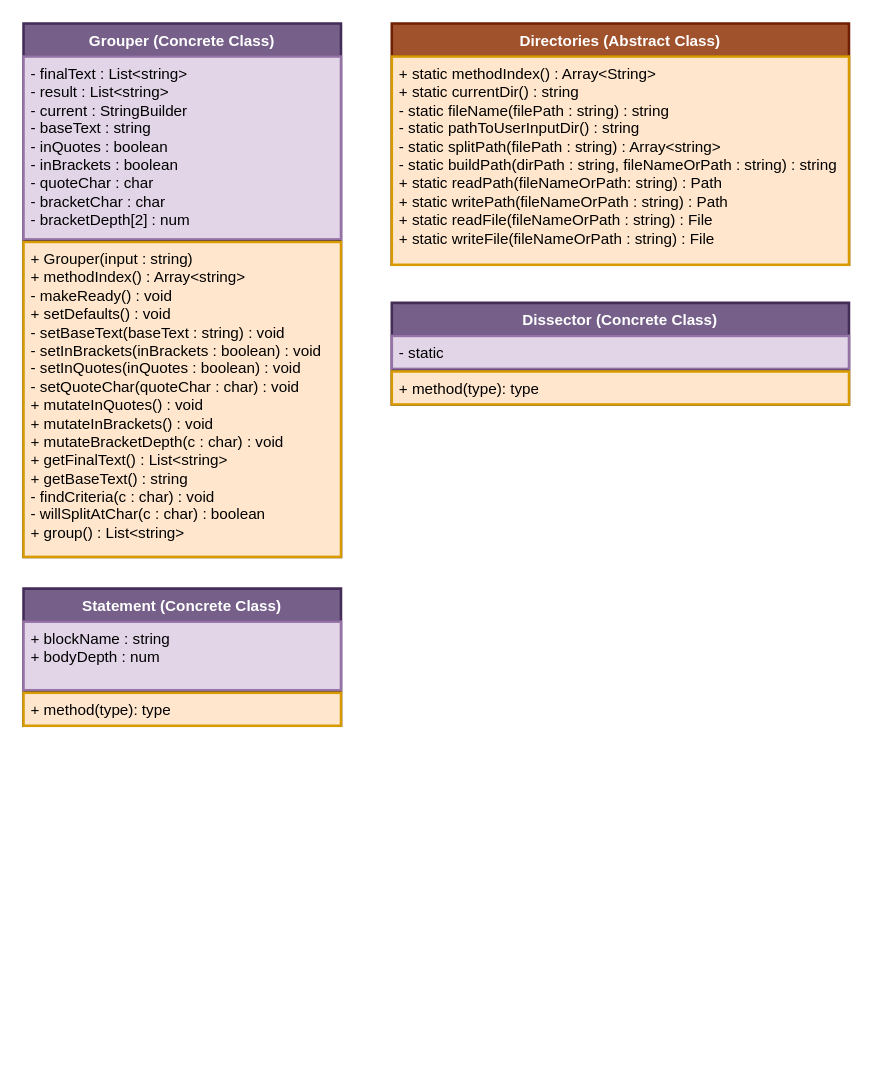
This is dev/ClassDiagrams.drawio from BroerSakki/PseudoCompiler, a draw.io file, before an edit. Source tidied: cells renumbered, new cells numbered last; positions are measured from the earlier drawing's top-left corner, leaving out a move shared by most shapes. Both pictures are drawn from the tidied source at 127%, with x=0, y=0 at pixel (23, 23).
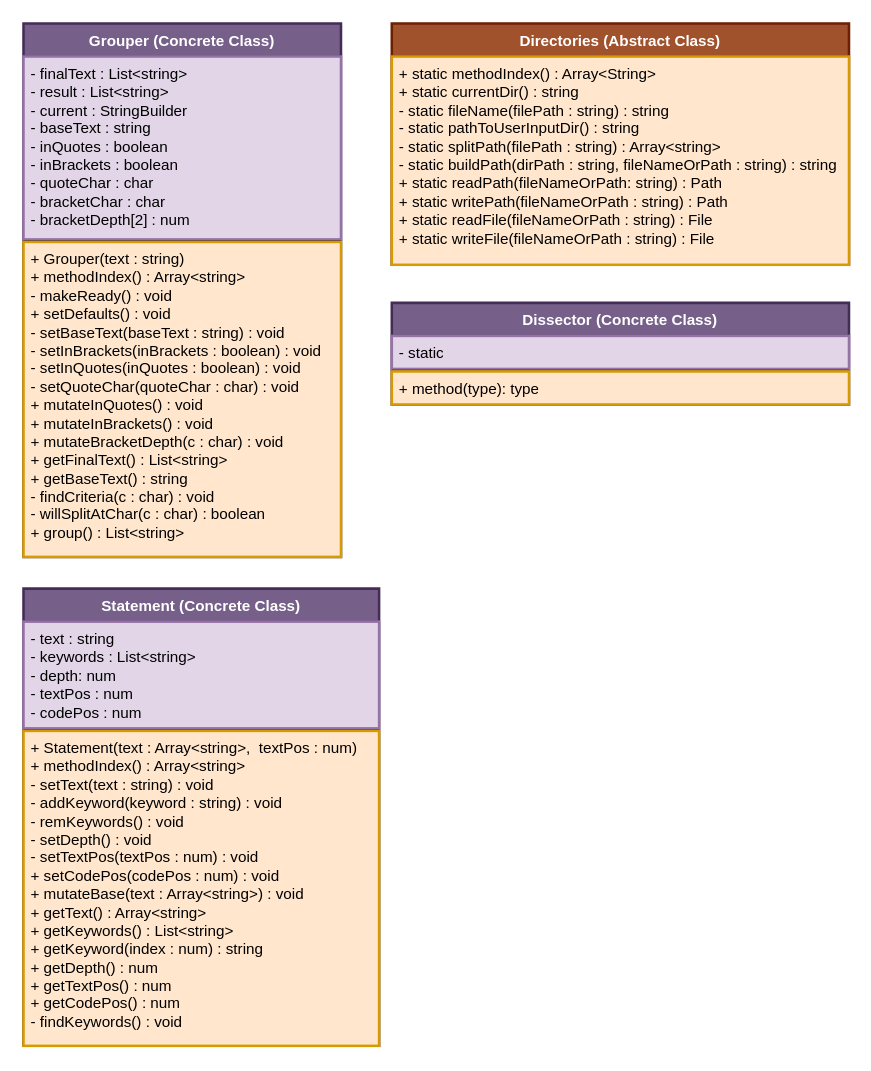
The same diagram, later.

What changed in the source:
```diff
@@
 <mxGraphModel>
   <root>
     <mxCell id="0" />
     <mxCell id="1" parent="0" />
     <mxCell id="2" value="Grouper (Concrete Class)" style="swimlane;fontStyle=1;align=center;verticalAlign=top;horizontal=1;startSize=26;whiteSpace=wrap;html=1;fillColor=#76608a;strokeColor=#432D57;fontColor=#ffffff;strokeWidth=2;" parent="1" vertex="1">
       <mxGeometry width="250" height="420" as="geometry" />
     </mxCell>
     <mxCell id="3" value="- finalText : List&amp;lt;string&amp;gt;&lt;div&gt;- result : List&amp;lt;string&amp;gt;&lt;/div&gt;&lt;div&gt;- current : StringBuilder&lt;/div&gt;&lt;div&gt;- baseText : string&lt;/div&gt;&lt;div&gt;- inQuotes : boolean&lt;/div&gt;&lt;div&gt;- inBrackets : boolean&lt;/div&gt;&lt;div&gt;- quoteChar : char&lt;/div&gt;&lt;div&gt;- bracketChar : char&lt;/div&gt;&lt;div&gt;- bracketDepth[2] : num&lt;/div&gt;" style="text;strokeColor=#9673a6;fillColor=#e1d5e7;align=left;verticalAlign=top;spacingLeft=4;spacingRight=4;overflow=hidden;whiteSpace=wrap;html=1;strokeWidth=2;" parent="2" vertex="1">
       <mxGeometry y="26" width="250" height="144" as="geometry" />
     </mxCell>
     <mxCell id="4" style="line;strokeWidth=1;fillColor=none;align=left;verticalAlign=middle;spacingTop=-1;spacingLeft=3;spacingRight=3;labelPosition=right;strokeColor=inherit;" parent="2" vertex="1">
       <mxGeometry y="170" width="250" height="2" as="geometry" />
     </mxCell>
-    <mxCell id="5" value="+ Grouper(input : string)&lt;div&gt;+ methodIndex() : Array&amp;lt;string&amp;gt;&lt;br&gt;&lt;div&gt;- makeReady() : void&lt;/div&gt;&lt;div&gt;&lt;div&gt;+ setDefaults() : void&lt;/div&gt;&lt;div&gt;- setBaseText(baseText : string) : void&lt;/div&gt;&lt;/div&gt;&lt;div&gt;&lt;span style=&quot;background-color: transparent; color: light-dark(rgb(0, 0, 0), rgb(255, 255, 255));&quot;&gt;- setInBrackets(inBrackets : boolean) : void&lt;/span&gt;&lt;/div&gt;&lt;div&gt;&lt;div&gt;- setInQuotes(inQuotes : boolean) : void&lt;/div&gt;&lt;div&gt;&lt;span style=&quot;background-color: transparent; color: light-dark(rgb(0, 0, 0), rgb(255, 255, 255));&quot;&gt;- setQuoteChar(quoteChar : char) : void&lt;/span&gt;&lt;/div&gt;&lt;div&gt;&lt;span style=&quot;background-color: transparent; color: light-dark(rgb(0, 0, 0), rgb(255, 255, 255));&quot;&gt;+ mutateInQuotes() : void&lt;/span&gt;&lt;/div&gt;&lt;div&gt;+ mutateInBrackets() : void&lt;/div&gt;&lt;div&gt;+ mutateBracketDepth(c : char) : void&lt;/div&gt;&lt;div&gt;+ getFinalText() : List&amp;lt;string&amp;gt;&lt;/div&gt;&lt;/div&gt;&lt;div&gt;+ getBaseText() : string&lt;/div&gt;&lt;div&gt;- findCriteria(c : char) : void&lt;/div&gt;&lt;div&gt;- willSplitAtChar(c : char) : boolean&lt;/div&gt;&lt;div&gt;+ group() : List&amp;lt;string&amp;gt;&lt;/div&gt;&lt;/div&gt;" style="text;strokeColor=#d79b00;fillColor=#ffe6cc;align=left;verticalAlign=top;spacingLeft=4;spacingRight=4;overflow=hidden;whiteSpace=wrap;html=1;strokeWidth=2;" parent="2" vertex="1">
+    <mxCell id="5" value="+ Grouper(text : string)&lt;div&gt;+ methodIndex() : Array&amp;lt;string&amp;gt;&lt;br&gt;&lt;div&gt;- makeReady() : void&lt;/div&gt;&lt;div&gt;&lt;div&gt;+ setDefaults() : void&lt;/div&gt;&lt;div&gt;- setBaseText(baseText : string) : void&lt;/div&gt;&lt;/div&gt;&lt;div&gt;&lt;span style=&quot;background-color: transparent; color: light-dark(rgb(0, 0, 0), rgb(255, 255, 255));&quot;&gt;- setInBrackets(inBrackets : boolean) : void&lt;/span&gt;&lt;/div&gt;&lt;div&gt;&lt;div&gt;- setInQuotes(inQuotes : boolean) : void&lt;/div&gt;&lt;div&gt;&lt;span style=&quot;background-color: transparent; color: light-dark(rgb(0, 0, 0), rgb(255, 255, 255));&quot;&gt;- setQuoteChar(quoteChar : char) : void&lt;/span&gt;&lt;/div&gt;&lt;div&gt;&lt;span style=&quot;background-color: transparent; color: light-dark(rgb(0, 0, 0), rgb(255, 255, 255));&quot;&gt;+ mutateInQuotes() : void&lt;/span&gt;&lt;/div&gt;&lt;div&gt;+ mutateInBrackets() : void&lt;/div&gt;&lt;div&gt;+ mutateBracketDepth(c : char) : void&lt;/div&gt;&lt;div&gt;+ getFinalText() : List&amp;lt;string&amp;gt;&lt;/div&gt;&lt;/div&gt;&lt;div&gt;+ getBaseText() : string&lt;/div&gt;&lt;div&gt;- findCriteria(c : char) : void&lt;/div&gt;&lt;div&gt;- willSplitAtChar(c : char) : boolean&lt;/div&gt;&lt;div&gt;+ group() : List&amp;lt;string&amp;gt;&lt;/div&gt;&lt;/div&gt;" style="text;strokeColor=#d79b00;fillColor=#ffe6cc;align=left;verticalAlign=top;spacingLeft=4;spacingRight=4;overflow=hidden;whiteSpace=wrap;html=1;strokeWidth=2;" parent="2" vertex="1">
       <mxGeometry y="172" width="250" height="248" as="geometry" />
     </mxCell>
     <mxCell id="6" value="Directories (Abstract Class)" style="swimlane;fontStyle=1;align=center;verticalAlign=top;horizontal=1;startSize=26;whiteSpace=wrap;html=1;fillColor=#a0522d;strokeColor=#6D1F00;fontColor=#ffffff;strokeWidth=2;" parent="1" vertex="1">
       <mxGeometry x="290" width="360" height="190" as="geometry" />
     </mxCell>
     <mxCell id="7" value="&lt;div&gt;+ static methodIndex() : Array&amp;lt;String&amp;gt;&lt;/div&gt;&lt;div&gt;&lt;span style=&quot;background-color: transparent; color: light-dark(rgb(0, 0, 0), rgb(255, 255, 255));&quot;&gt;+ static currentDir() : string&lt;/span&gt;&lt;/div&gt;&lt;div&gt;- static fileName(filePath : string) : string&lt;/div&gt;- static pathToUserInputDir() : string&lt;div&gt;- static splitPath(filePath : string) : Array&amp;lt;string&amp;gt;&lt;/div&gt;&lt;div&gt;- static buildPath(dirPath : string, fileNameOrPath : string) : string&lt;/div&gt;&lt;div&gt;+ static readPath(&lt;span style=&quot;background-color: transparent; color: light-dark(rgb(0, 0, 0), rgb(255, 255, 255));&quot;&gt;fileNameOrPath: string) : Path&lt;/span&gt;&lt;/div&gt;&lt;div&gt;+ static writePath(fileNameOrPath&lt;span style=&quot;background-color: transparent; color: light-dark(rgb(0, 0, 0), rgb(255, 255, 255));&quot;&gt;&amp;nbsp;: string) : Path&lt;/span&gt;&lt;/div&gt;&lt;div&gt;&lt;span style=&quot;background-color: transparent; color: light-dark(rgb(0, 0, 0), rgb(255, 255, 255));&quot;&gt;+ static readFile(&lt;/span&gt;&lt;span style=&quot;background-color: transparent; color: light-dark(rgb(0, 0, 0), rgb(255, 255, 255));&quot;&gt;fileNameOrPath : string) : File&lt;/span&gt;&lt;/div&gt;&lt;div&gt;&lt;span style=&quot;background-color: transparent; color: light-dark(rgb(0, 0, 0), rgb(255, 255, 255));&quot;&gt;+ static writeFile(&lt;/span&gt;&lt;span style=&quot;background-color: transparent; color: light-dark(rgb(0, 0, 0), rgb(255, 255, 255));&quot;&gt;fileNameOrPath : string) : File&lt;/span&gt;&lt;/div&gt;" style="text;strokeColor=#d79b00;fillColor=#ffe6cc;align=left;verticalAlign=top;spacingLeft=4;spacingRight=4;overflow=hidden;whiteSpace=wrap;html=1;strokeWidth=2;" parent="6" vertex="1">
       <mxGeometry y="26" width="360" height="164" as="geometry" />
     </mxCell>
     <mxCell id="8" value="Dissector (Concrete Class)" style="swimlane;fontStyle=1;align=center;verticalAlign=top;horizontal=1;startSize=26;whiteSpace=wrap;html=1;fillColor=#76608a;strokeColor=#432D57;fontColor=#ffffff;strokeWidth=2;" parent="1" vertex="1">
       <mxGeometry x="290" y="220" width="360" height="80" as="geometry" />
     </mxCell>
     <mxCell id="9" value="- static" style="text;strokeColor=#9673a6;fillColor=#e1d5e7;align=left;verticalAlign=top;spacingLeft=4;spacingRight=4;overflow=hidden;whiteSpace=wrap;html=1;strokeWidth=2;" parent="8" vertex="1">
       <mxGeometry y="26" width="360" height="26" as="geometry" />
     </mxCell>
     <mxCell id="10" style="line;strokeWidth=1;fillColor=none;align=left;verticalAlign=middle;spacingTop=-1;spacingLeft=3;spacingRight=3;labelPosition=right;strokeColor=inherit;" parent="8" vertex="1">
       <mxGeometry y="52" width="360" height="2" as="geometry" />
     </mxCell>
     <mxCell id="11" value="+ method(type): type" style="text;strokeColor=#d79b00;fillColor=#ffe6cc;align=left;verticalAlign=top;spacingLeft=4;spacingRight=4;overflow=hidden;whiteSpace=wrap;html=1;strokeWidth=2;" parent="8" vertex="1">
       <mxGeometry y="54" width="360" height="26" as="geometry" />
     </mxCell>
     <mxCell id="12" value="Statement (Concrete Class)" style="swimlane;fontStyle=1;align=center;verticalAlign=top;horizontal=1;startSize=26;whiteSpace=wrap;html=1;fillColor=#76608a;strokeColor=#432D57;fontColor=#ffffff;strokeWidth=2;" parent="1" vertex="1">
-      <mxGeometry y="445" width="250" height="108" as="geometry" />
+      <mxGeometry y="445" width="280" height="360" as="geometry" />
     </mxCell>
-    <mxCell id="13" value="+ blockName : string&lt;div&gt;+ bodyDepth : num&lt;/div&gt;" style="text;strokeColor=#9673a6;fillColor=#e1d5e7;align=left;verticalAlign=top;spacingLeft=4;spacingRight=4;overflow=hidden;whiteSpace=wrap;html=1;strokeWidth=2;" parent="12" vertex="1">
-      <mxGeometry y="26" width="250" height="54" as="geometry" />
+    <mxCell id="13" value="&lt;div&gt;- text : string&lt;/div&gt;- keywords : List&amp;lt;string&amp;gt;&lt;div&gt;&lt;div&gt;- depth: num&lt;/div&gt;&lt;div&gt;- textPos : num&lt;/div&gt;&lt;div&gt;- codePos : num&lt;/div&gt;&lt;/div&gt;" style="text;strokeColor=#9673a6;fillColor=#e1d5e7;align=left;verticalAlign=top;spacingLeft=4;spacingRight=4;overflow=hidden;whiteSpace=wrap;html=1;strokeWidth=2;" parent="12" vertex="1">
+      <mxGeometry y="26" width="280" height="84" as="geometry" />
     </mxCell>
     <mxCell id="14" style="line;strokeWidth=1;fillColor=none;align=left;verticalAlign=middle;spacingTop=-1;spacingLeft=3;spacingRight=3;labelPosition=right;strokeColor=inherit;" parent="12" vertex="1">
-      <mxGeometry y="80" width="250" height="2" as="geometry" />
+      <mxGeometry y="110" width="280" height="2" as="geometry" />
     </mxCell>
-    <mxCell id="15" value="+ method(type): type" style="text;strokeColor=#d79b00;fillColor=#ffe6cc;align=left;verticalAlign=top;spacingLeft=4;spacingRight=4;overflow=hidden;whiteSpace=wrap;html=1;strokeWidth=2;" parent="12" vertex="1">
-      <mxGeometry y="82" width="250" height="26" as="geometry" />
+    <mxCell id="15" value="+ Statement(text : Array&amp;lt;string&amp;gt;,&amp;nbsp; textPos : num)&lt;div&gt;+ methodIndex() : Array&amp;lt;string&amp;gt;&lt;/div&gt;&lt;div&gt;- setText(text : string) : void&lt;/div&gt;&lt;div&gt;- addKeyword(keyword : string) : void&lt;/div&gt;&lt;div&gt;- remKeywords() : void&lt;/div&gt;&lt;div&gt;&lt;span style=&quot;background-color: transparent; color: light-dark(rgb(0, 0, 0), rgb(255, 255, 255));&quot;&gt;- setDepth() : void&lt;/span&gt;&lt;/div&gt;&lt;div&gt;- setTextPos(textPos : num) : void&lt;/div&gt;&lt;div&gt;+ setCodePos(codePos : num) : void&lt;/div&gt;&lt;div&gt;+ mutateBase(text : Array&amp;lt;string&amp;gt;) : void&lt;/div&gt;&lt;div&gt;+ getText() : Array&amp;lt;string&amp;gt;&lt;/div&gt;&lt;div&gt;+ getKeywords() : List&amp;lt;string&amp;gt;&lt;/div&gt;&lt;div&gt;+ getKeyword(index : num) : string&lt;/div&gt;&lt;div&gt;&lt;span style=&quot;background-color: transparent; color: light-dark(rgb(0, 0, 0), rgb(255, 255, 255));&quot;&gt;+ getDepth() : num&lt;/span&gt;&lt;/div&gt;&lt;div&gt;+ getTextPos() : num&lt;/div&gt;&lt;div&gt;+ getCodePos() : num&lt;/div&gt;&lt;div&gt;- findKeywords() : void&lt;/div&gt;" style="text;strokeColor=#d79b00;fillColor=#ffe6cc;align=left;verticalAlign=top;spacingLeft=4;spacingRight=4;overflow=hidden;whiteSpace=wrap;html=1;strokeWidth=2;" parent="12" vertex="1">
+      <mxGeometry y="112" width="280" height="248" as="geometry" />
     </mxCell>
   </root>
 </mxGraphModel>
```
